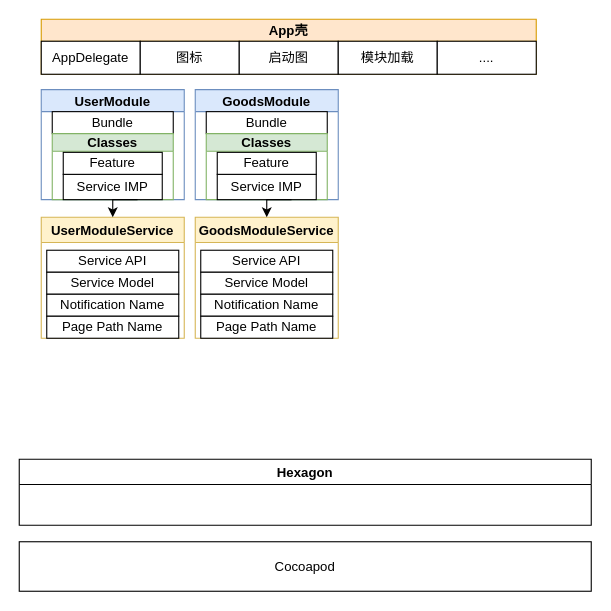
Above: 商城结构图.drawio in no33jou/yaoyeBlog (draw.io), before the change. Source tidied: cells renumbered, new cells numbered last; positions are measured from the earlier drawing's top-left corner, leaving out a move shared by most shapes. Both pictures are drawn from the tidied source at 110%, with x=0, y=0 at pixel (19, 19).
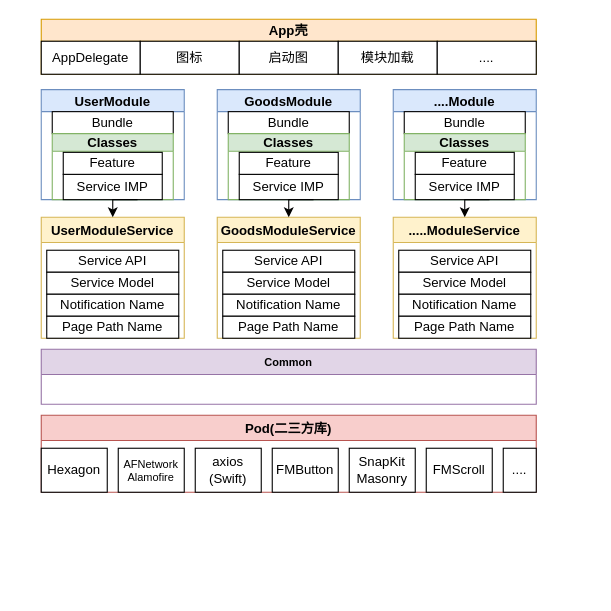
Above is the later version.

Commit message:
更新商城结构图.drawio

Diff of the diagram source:
```diff
@@
-    <mxCell id="2" value="Hexagon" style="swimlane;" parent="1" vertex="1">
-      <mxGeometry y="400" width="520" height="60" as="geometry" />
-    </mxCell>
-    <mxCell id="3" value="Cocoapod" style="rounded=0;whiteSpace=wrap;html=1;" parent="1" vertex="1">
-      <mxGeometry y="475" width="520" height="45" as="geometry" />
-    </mxCell>
@@
     <mxCell id="21" value="GoodsModule" style="swimlane;startSize=20;fillColor=#dae8fc;strokeColor=#6c8ebf;swimlaneFillColor=#ffffff;" parent="1" vertex="1">
-      <mxGeometry x="160" y="64" width="130" height="100" as="geometry" />
+      <mxGeometry x="180" y="64" width="130" height="100" as="geometry" />
     </mxCell>
@@
     <mxCell id="26" value="GoodsModuleService" style="swimlane;fillColor=#fff2cc;strokeColor=#d6b656;" parent="1" vertex="1">
-      <mxGeometry x="160" y="180" width="130" height="110" as="geometry" />
+      <mxGeometry x="180" y="180" width="130" height="110" as="geometry" />
     </mxCell>
@@
+    <mxCell id="32" value="....Module" style="swimlane;startSize=20;fillColor=#dae8fc;strokeColor=#6c8ebf;swimlaneFillColor=#ffffff;" parent="1" vertex="1">
+      <mxGeometry x="340" y="64" width="130" height="100" as="geometry" />
+    </mxCell>
+    <mxCell id="33" value="Bundle" style="rounded=0;whiteSpace=wrap;html=1;" parent="32" vertex="1">
+      <mxGeometry x="10" y="20" width="110" height="20" as="geometry" />
+    </mxCell>
+    <mxCell id="34" value="Classes" style="swimlane;fillColor=#d5e8d4;strokeColor=#82b366;startSize=16;" parent="32" vertex="1">
+      <mxGeometry x="10" y="40" width="110" height="60" as="geometry" />
+    </mxCell>
+    <mxCell id="35" value="Service IMP" style="rounded=0;whiteSpace=wrap;html=1;" parent="34" vertex="1">
+      <mxGeometry x="10" y="37" width="90" height="23" as="geometry" />
+    </mxCell>
+    <mxCell id="36" value="Feature" style="rounded=0;whiteSpace=wrap;html=1;" parent="34" vertex="1">
+      <mxGeometry x="10" y="17" width="90" height="20" as="geometry" />
+    </mxCell>
+    <mxCell id="37" value=".....ModuleService" style="swimlane;fillColor=#fff2cc;strokeColor=#d6b656;" parent="1" vertex="1">
+      <mxGeometry x="340" y="180" width="130" height="110" as="geometry" />
+    </mxCell>
+    <mxCell id="38" value="Service API" style="rounded=0;whiteSpace=wrap;html=1;gradientColor=none;" parent="37" vertex="1">
+      <mxGeometry x="5" y="30" width="120" height="20" as="geometry" />
+    </mxCell>
+    <mxCell id="39" value="Service Model" style="rounded=0;whiteSpace=wrap;html=1;gradientColor=none;" parent="37" vertex="1">
+      <mxGeometry x="5" y="50" width="120" height="20" as="geometry" />
+    </mxCell>
+    <mxCell id="40" value="Notification Name" style="rounded=0;whiteSpace=wrap;html=1;gradientColor=none;" parent="37" vertex="1">
+      <mxGeometry x="5" y="70" width="120" height="20" as="geometry" />
+    </mxCell>
+    <mxCell id="41" value="Page Path Name" style="rounded=0;whiteSpace=wrap;html=1;gradientColor=none;" parent="37" vertex="1">
+      <mxGeometry x="5" y="90" width="120" height="20" as="geometry" />
+    </mxCell>
+    <mxCell id="42" style="edgeStyle=orthogonalEdgeStyle;rounded=0;jettySize=auto;html=1;exitX=0.75;exitY=1;exitDx=0;exitDy=0;entryX=0.5;entryY=0;entryDx=0;entryDy=0;" parent="1" edge="1" source="35" target="37">
+      <mxGeometry relative="1" as="geometry" />
+    </mxCell>
+    <mxCell id="43" value="Pod(二三方库)" style="swimlane;fillColor=#f8cecc;strokeColor=#b85450;" parent="1" vertex="1">
+      <mxGeometry x="20" y="360" width="450" height="70" as="geometry" />
+    </mxCell>
+    <mxCell id="2" value="Hexagon" style="rounded=0;whiteSpace=wrap;html=1;labelPosition=center;verticalLabelPosition=middle;align=center;verticalAlign=middle;" parent="43" vertex="1">
+      <mxGeometry y="30" width="60" height="40" as="geometry" />
+    </mxCell>
+    <mxCell id="44" value="&lt;font&gt;&lt;span style=&quot;font-size: 10px&quot;&gt;AFNetwork&lt;/span&gt;&lt;br&gt;&lt;span style=&quot;font-size: 10px&quot;&gt;Alamofire&lt;/span&gt;&lt;br&gt;&lt;/font&gt;" style="rounded=0;whiteSpace=wrap;html=1;labelPosition=center;verticalLabelPosition=middle;align=center;verticalAlign=middle;fontSize=10;" parent="43" vertex="1">
+      <mxGeometry x="70" y="30" width="60" height="40" as="geometry" />
+    </mxCell>
+    <mxCell id="45" value="axios&lt;br&gt;(Swift)" style="rounded=0;whiteSpace=wrap;html=1;labelPosition=center;verticalLabelPosition=middle;align=center;verticalAlign=middle;" parent="43" vertex="1">
+      <mxGeometry x="140" y="30" width="60" height="40" as="geometry" />
+    </mxCell>
+    <mxCell id="46" value="FMButton" style="rounded=0;whiteSpace=wrap;html=1;labelPosition=center;verticalLabelPosition=middle;align=center;verticalAlign=middle;" parent="43" vertex="1">
+      <mxGeometry x="210" y="30" width="60" height="40" as="geometry" />
+    </mxCell>
+    <mxCell id="47" value="SnapKit&lt;br&gt;Masonry" style="rounded=0;whiteSpace=wrap;html=1;labelPosition=center;verticalLabelPosition=middle;align=center;verticalAlign=middle;" parent="43" vertex="1">
+      <mxGeometry x="280" y="30" width="60" height="40" as="geometry" />
+    </mxCell>
+    <mxCell id="48" value="FMScroll" style="rounded=0;whiteSpace=wrap;html=1;labelPosition=center;verticalLabelPosition=middle;align=center;verticalAlign=middle;" parent="43" vertex="1">
+      <mxGeometry x="350" y="30" width="60" height="40" as="geometry" />
+    </mxCell>
+    <mxCell id="49" value="...." style="rounded=0;whiteSpace=wrap;html=1;labelPosition=center;verticalLabelPosition=middle;align=center;verticalAlign=middle;" parent="43" vertex="1">
+      <mxGeometry x="420" y="30" width="30" height="40" as="geometry" />
+    </mxCell>
+    <mxCell id="50" value="Common" style="swimlane;fontSize=10;fillColor=#e1d5e7;strokeColor=#9673a6;" parent="1" vertex="1">
+      <mxGeometry x="20" y="300" width="450" height="50" as="geometry" />
+    </mxCell>
```
